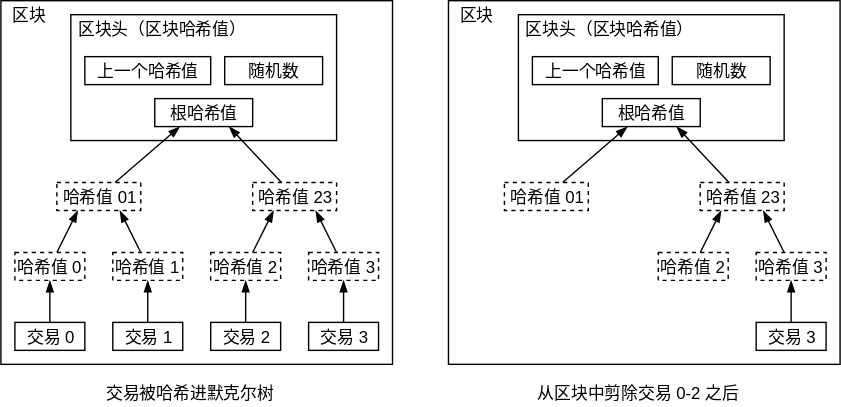
This is images/bitcoin-4.svg from shdxiang/articles, a draw.io export, as it was before one commit. Source tidied: cells renumbered, new cells last; positions are measured from the earlier drawing's top-left corner, leaving out a move shared by most shapes.
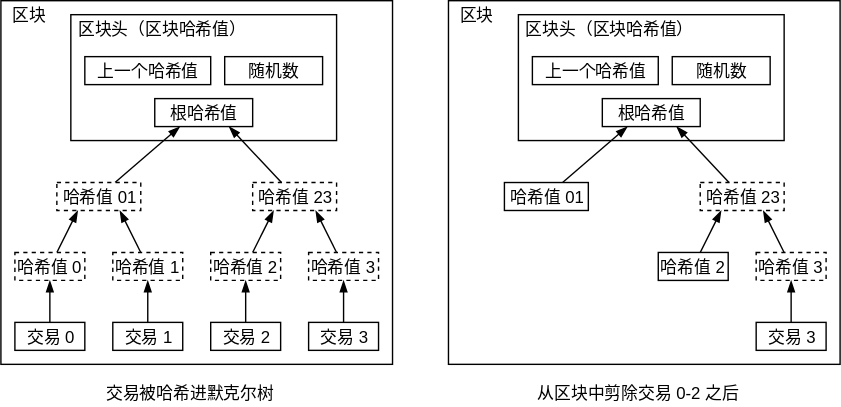
After the commit.

The edit, as a diff of the source:
```diff
@@ -2,10 +2,13 @@
   <root>
     <mxCell id="0" />
     <mxCell id="1" parent="0" />
-    <mxCell id="2" style="group;" parent="1" vertex="1">
-      <mxGeometry width="600" height="260" as="geometry" />
-    </mxCell>
+    <mxCell id="55" value="&lt;span&gt;交易被哈希进默克尔树&lt;/span&gt;" style="text;html=1;strokeColor=none;fillColor=none;align=center;verticalAlign=middle;whiteSpace=wrap;rounded=0;dashed=1;" parent="1" vertex="1">
+      <mxGeometry x="70" y="270" width="130" height="20" as="geometry" />
+    </mxCell>
+    <mxCell id="56" value="&lt;span&gt;从区块中剪除交易 0-2 之后&lt;/span&gt;" style="text;html=1;strokeColor=none;fillColor=none;align=center;verticalAlign=middle;whiteSpace=wrap;rounded=0;dashed=1;" parent="1" vertex="1">
+      <mxGeometry x="380" y="270" width="150" height="20" as="geometry" />
+    </mxCell>
-    <mxCell id="3" style="group;" parent="2" vertex="1">
+    <mxCell id="3" style="group;" parent="1" vertex="1">
       <mxGeometry width="280" height="260" as="geometry" />
     </mxCell>
     <mxCell id="4" style="rounded=0;whiteSpace=wrap;html=1;fillColor=none;" parent="3" vertex="1">
@@ -98,7 +101,7 @@
     <mxCell id="33" value="交易 3" style="rounded=0;whiteSpace=wrap;html=1;" parent="6" vertex="1">
       <mxGeometry x="210" y="210" width="50" height="20" as="geometry" />
     </mxCell>
-    <mxCell id="34" style="group;" parent="2" vertex="1">
+    <mxCell id="34" style="group;" parent="1" vertex="1">
       <mxGeometry x="320" width="280" height="260" as="geometry" />
     </mxCell>
     <mxCell id="35" style="rounded=0;whiteSpace=wrap;html=1;fillColor=none;" parent="34" vertex="1">
@@ -107,11 +110,8 @@
     <mxCell id="36" value="区块" style="text;html=1;strokeColor=none;fillColor=none;align=center;verticalAlign=middle;whiteSpace=wrap;rounded=0;" parent="34" vertex="1">
       <mxGeometry width="40" height="20" as="geometry" />
     </mxCell>
-    <mxCell id="37" style="group;" parent="34" vertex="1">
-      <mxGeometry x="10" y="20" width="260" height="240" as="geometry" />
-    </mxCell>
-    <mxCell id="38" style="group;" parent="37" vertex="1">
-      <mxGeometry x="40" y="-10" width="190" height="90" as="geometry" />
+    <mxCell id="38" style="group;" parent="34" vertex="1">
+      <mxGeometry x="50" y="10" width="190" height="90" as="geometry" />
     </mxCell>
     <mxCell id="39" style="rounded=0;whiteSpace=wrap;html=1;fillColor=none;" parent="38" vertex="1">
       <mxGeometry width="190" height="90" as="geometry" />
@@ -131,41 +131,35 @@
     <mxCell id="44" value="根哈希值" style="rounded=0;whiteSpace=wrap;html=1;" parent="40" vertex="1">
       <mxGeometry x="60" y="60" width="70" height="20" as="geometry" />
     </mxCell>
-    <mxCell id="45" style="edgeStyle=none;rounded=0;html=1;entryX=0.25;entryY=1;endArrow=blockThin;endFill=1;jettySize=auto;" parent="37" edge="1" source="46" target="44">
+    <mxCell id="45" style="edgeStyle=none;rounded=0;html=1;entryX=0.25;entryY=1;endArrow=blockThin;endFill=1;jettySize=auto;" parent="34" edge="1" source="46" target="44">
       <mxGeometry relative="1" as="geometry" />
     </mxCell>
-    <mxCell id="46" value="哈希值 01" style="rounded=0;whiteSpace=wrap;html=1;dashed=1;" parent="37" vertex="1">
-      <mxGeometry x="30" y="110" width="60" height="20" as="geometry" />
+    <mxCell id="46" value="哈希值 01" style="rounded=0;whiteSpace=wrap;html=1;" parent="34" vertex="1">
+      <mxGeometry x="40" y="130" width="60" height="20" as="geometry" />
     </mxCell>
-    <mxCell id="47" style="edgeStyle=none;rounded=0;html=1;entryX=0.75;entryY=1;endArrow=blockThin;endFill=1;jettySize=auto;" parent="37" edge="1" source="48" target="44">
+    <mxCell id="47" style="edgeStyle=none;rounded=0;html=1;entryX=0.75;entryY=1;endArrow=blockThin;endFill=1;jettySize=auto;" parent="34" edge="1" source="48" target="44">
       <mxGeometry relative="1" as="geometry" />
     </mxCell>
-    <mxCell id="48" value="哈希值 23" style="rounded=0;whiteSpace=wrap;html=1;dashed=1;" parent="37" vertex="1">
-      <mxGeometry x="170" y="110" width="60" height="20" as="geometry" />
+    <mxCell id="48" value="哈希值 23" style="rounded=0;whiteSpace=wrap;html=1;dashed=1;" parent="34" vertex="1">
+      <mxGeometry x="180" y="130" width="60" height="20" as="geometry" />
     </mxCell>
-    <mxCell id="49" style="edgeStyle=none;rounded=0;html=1;entryX=0.25;entryY=1;endArrow=blockThin;endFill=1;jettySize=auto;" parent="37" edge="1" source="50" target="48">
+    <mxCell id="49" style="edgeStyle=none;rounded=0;html=1;entryX=0.25;entryY=1;endArrow=blockThin;endFill=1;jettySize=auto;" parent="34" edge="1" source="50" target="48">
       <mxGeometry relative="1" as="geometry" />
     </mxCell>
-    <mxCell id="50" value="哈希值 2" style="rounded=0;whiteSpace=wrap;html=1;dashed=1;" parent="37" vertex="1">
-      <mxGeometry x="140" y="160" width="50" height="20" as="geometry" />
+    <mxCell id="50" value="哈希值 2" style="rounded=0;whiteSpace=wrap;html=1;" parent="34" vertex="1">
+      <mxGeometry x="150" y="180" width="50" height="20" as="geometry" />
     </mxCell>
-    <mxCell id="51" style="edgeStyle=none;rounded=0;html=1;entryX=0.75;entryY=1;endArrow=blockThin;endFill=1;jettySize=auto;" parent="37" edge="1" source="52" target="48">
+    <mxCell id="51" style="edgeStyle=none;rounded=0;html=1;entryX=0.75;entryY=1;endArrow=blockThin;endFill=1;jettySize=auto;" parent="34" edge="1" source="52" target="48">
       <mxGeometry relative="1" as="geometry" />
     </mxCell>
-    <mxCell id="52" value="哈希值 3" style="rounded=0;whiteSpace=wrap;html=1;dashed=1;" parent="37" vertex="1">
-      <mxGeometry x="210" y="160" width="50" height="20" as="geometry" />
+    <mxCell id="52" value="哈希值 3" style="rounded=0;whiteSpace=wrap;html=1;dashed=1;" parent="34" vertex="1">
+      <mxGeometry x="220" y="180" width="50" height="20" as="geometry" />
     </mxCell>
-    <mxCell id="53" style="edgeStyle=orthogonalEdgeStyle;rounded=0;html=1;entryX=0.5;entryY=1;endArrow=blockThin;endFill=1;jettySize=auto;" parent="37" edge="1" source="54" target="52">
+    <mxCell id="53" style="edgeStyle=orthogonalEdgeStyle;rounded=0;html=1;entryX=0.5;entryY=1;endArrow=blockThin;endFill=1;jettySize=auto;" parent="34" edge="1" source="54" target="52">
       <mxGeometry relative="1" as="geometry" />
     </mxCell>
-    <mxCell id="54" value="交易 3" style="rounded=0;whiteSpace=wrap;html=1;" parent="37" vertex="1">
-      <mxGeometry x="210" y="210" width="50" height="20" as="geometry" />
+    <mxCell id="54" value="交易 3" style="rounded=0;whiteSpace=wrap;html=1;" parent="34" vertex="1">
+      <mxGeometry x="220" y="230" width="50" height="20" as="geometry" />
     </mxCell>
-    <mxCell id="55" value="&lt;span&gt;交易被哈希进默克尔树&lt;/span&gt;" style="text;html=1;strokeColor=none;fillColor=none;align=center;verticalAlign=middle;whiteSpace=wrap;rounded=0;dashed=1;" parent="1" vertex="1">
-      <mxGeometry x="70" y="270" width="130" height="20" as="geometry" />
-    </mxCell>
-    <mxCell id="56" value="&lt;span&gt;从区块中剪除交易 0-2 之后&lt;/span&gt;" style="text;html=1;strokeColor=none;fillColor=none;align=center;verticalAlign=middle;whiteSpace=wrap;rounded=0;dashed=1;" parent="1" vertex="1">
-      <mxGeometry x="380" y="270" width="150" height="20" as="geometry" />
-    </mxCell>
   </root>
 </mxGraphModel>
```
